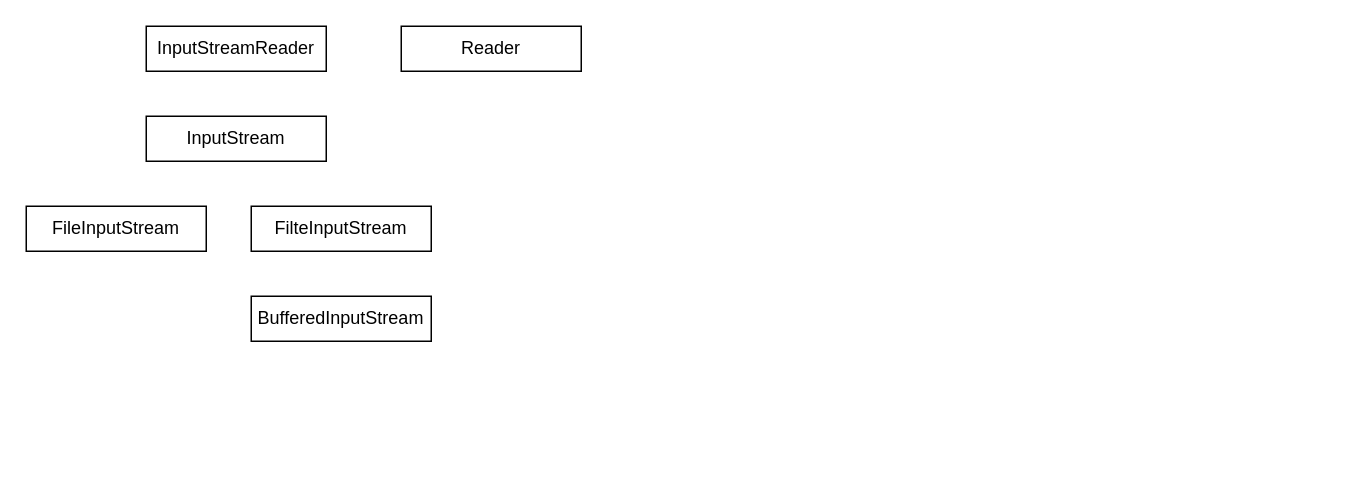
This is io.drawio from NFqm/draw.io, a draw.io file, before an edit. Source tidied: cells renumbered, new cells numbered last; positions are measured from the earlier drawing's top-left corner, leaving out a move shared by most shapes. Both pictures are drawn from the tidied source at 150%, with x=0, y=0 at pixel (26, 26).
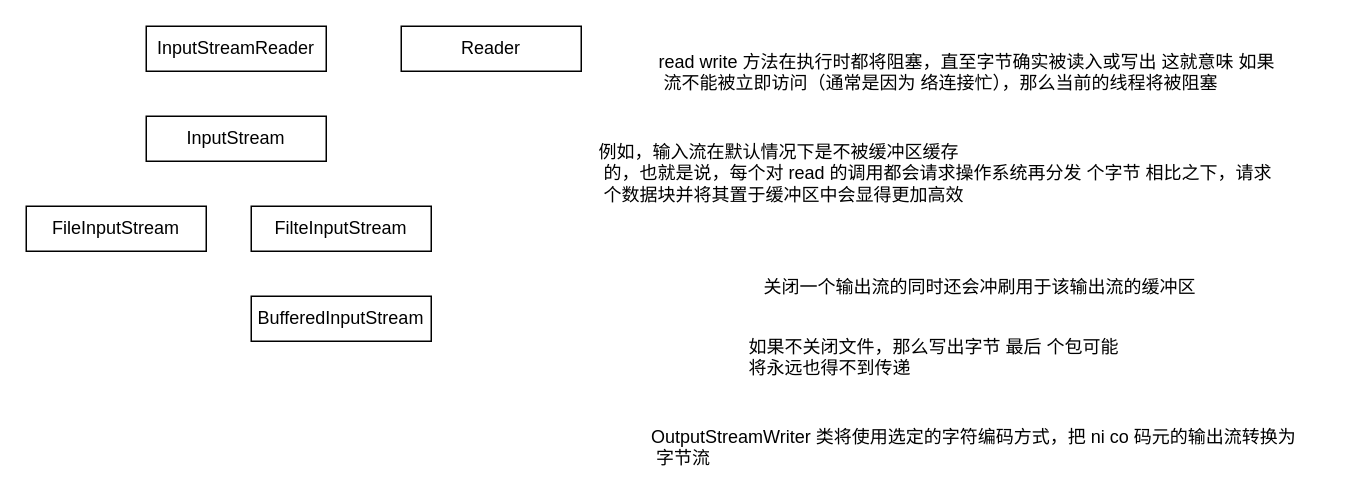
Above is the later version.

Diff of the diagram source:
```diff
@@
 <mxGraphModel>
   <root>
     <mxCell id="0" />
     <mxCell id="1" parent="0" />
     <mxCell id="2" value="InputStreamReader" style="rounded=0;whiteSpace=wrap;html=1;" parent="1" vertex="1">
       <mxGeometry x="80" width="120" height="30" as="geometry" />
     </mxCell>
     <mxCell id="3" value="Reader" style="rounded=0;whiteSpace=wrap;html=1;" parent="1" vertex="1">
       <mxGeometry x="250" width="120" height="30" as="geometry" />
     </mxCell>
     <mxCell id="4" value="InputStream" style="rounded=0;whiteSpace=wrap;html=1;" parent="1" vertex="1">
       <mxGeometry x="80" y="60" width="120" height="30" as="geometry" />
     </mxCell>
     <mxCell id="5" value="FileInputStream" style="rounded=0;whiteSpace=wrap;html=1;" parent="1" vertex="1">
       <mxGeometry y="120" width="120" height="30" as="geometry" />
     </mxCell>
     <mxCell id="6" value="FilteInputStream" style="rounded=0;whiteSpace=wrap;html=1;" parent="1" vertex="1">
       <mxGeometry x="150" y="120" width="120" height="30" as="geometry" />
     </mxCell>
     <mxCell id="7" value="BufferedInputStream" style="rounded=0;whiteSpace=wrap;html=1;" parent="1" vertex="1">
       <mxGeometry x="150" y="180" width="120" height="30" as="geometry" />
     </mxCell>
+    <mxCell id="8" value="例如，输入流在默认情况下是不被缓冲区缓存&#10; 的，也就是说，每个对 read 的调用都会请求操作系统再分发 个字节 相比之下，请求&#10; 个数据块并将其置于缓冲区中会显得更加高效" style="text;whiteSpace=wrap;html=1;" parent="1" vertex="1">
+      <mxGeometry x="380" y="70" width="470" height="60" as="geometry" />
+    </mxCell>
+    <mxCell id="9" value="read write 方法在执行时都将阻塞，直至字节确实被读入或写出 这就意味 如果&#10; 流不能被立即访问（通常是因为 络连接忙），那么当前的线程将被阻塞" style="text;whiteSpace=wrap;html=1;" parent="1" vertex="1">
+      <mxGeometry x="420" y="10" width="440" height="40" as="geometry" />
+    </mxCell>
+    <mxCell id="10" value="关闭一个输出流的同时还会冲刷用于该输出流的缓冲区" style="text;whiteSpace=wrap;html=1;" parent="1" vertex="1">
+      <mxGeometry x="490" y="160" width="310" height="30" as="geometry" />
+    </mxCell>
+    <mxCell id="11" value="如果不关闭文件，那么写出字节 最后 个包可能将永远也得不到传递" style="text;whiteSpace=wrap;html=1;" parent="1" vertex="1">
+      <mxGeometry x="480" y="200" width="260" height="40" as="geometry" />
+    </mxCell>
+    <mxCell id="12" value="OutputStreamWriter 类将使用选定的字符编码方式，把 ni co 码元的输出流转换为&#10; 字节流" style="text;whiteSpace=wrap;html=1;" parent="1" vertex="1">
+      <mxGeometry x="415" y="260" width="460" height="40" as="geometry" />
+    </mxCell>
   </root>
 </mxGraphModel>
```
